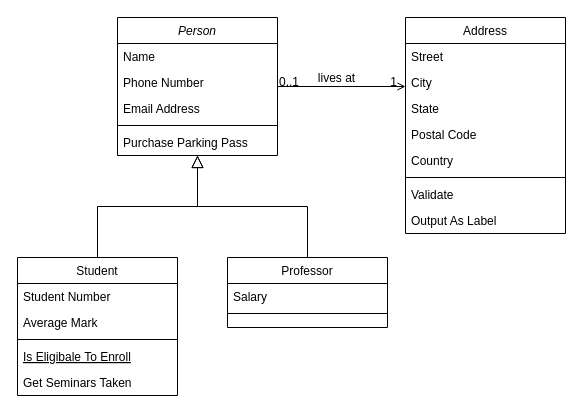
JuanPa2303/Ejemplo keeps this draw.io diagram as Untitled Diagram.drawio. Above is the earlier version. Source tidied: cells renumbered, new cells numbered last; positions are measured from the earlier drawing's top-left corner, leaving out a move shared by most shapes. Both pictures are drawn from the tidied source at 100%, with x=0, y=0 at pixel (17, 17).
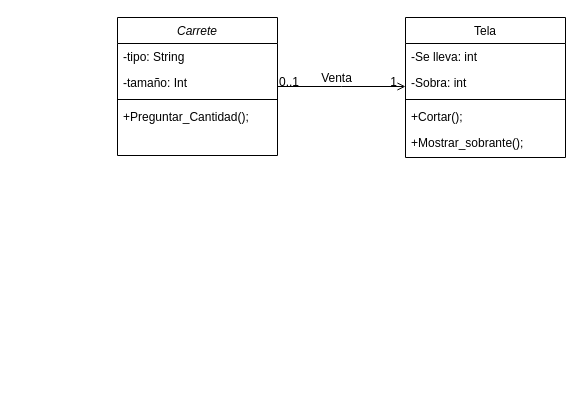
The same diagram, later.

The change refers to these unchanged cells:
```xml
<mxCell id="28" style="endArrow=open;shadow=0;strokeWidth=1;rounded=0;endFill=1;edgeStyle=elbowEdgeStyle;elbow=vertical;" parent="1" edge="1" source="2" target="19">
  <mxGeometry x="0.5" y="41" relative="1" as="geometry">
    <mxPoint x="-40" y="32" as="offset" />
  </mxGeometry>
</mxCell>
```

Change to the diagram source:
```diff
@@
-    <mxCell id="2" value="Person" style="swimlane;fontStyle=2;align=center;verticalAlign=top;horizontal=1;startSize=26;rounded=0;shadow=0;strokeWidth=1;" parent="1" vertex="1">
+    <mxCell id="2" value="Carrete" style="swimlane;fontStyle=2;align=center;verticalAlign=top;horizontal=1;startSize=26;rounded=0;shadow=0;strokeWidth=1;" parent="1" vertex="1">
       <mxGeometry x="100" width="160" height="138" as="geometry" />
     </mxCell>
-    <mxCell id="3" value="Name" style="text;align=left;verticalAlign=top;spacingLeft=4;spacingRight=4;overflow=hidden;" parent="2" vertex="1">
+    <mxCell id="3" value="-tipo: String" style="text;align=left;verticalAlign=top;spacingLeft=4;spacingRight=4;overflow=hidden;" parent="2" vertex="1">
       <mxGeometry y="26" width="160" height="26" as="geometry" />
     </mxCell>
-    <mxCell id="4" value="Phone Number" style="text;align=left;verticalAlign=top;spacingLeft=4;spacingRight=4;overflow=hidden;rounded=0;shadow=0;html=0;" parent="2" vertex="1">
+    <mxCell id="4" value="-tamaño: Int" style="text;align=left;verticalAlign=top;spacingLeft=4;spacingRight=4;overflow=hidden;rounded=0;shadow=0;html=0;" parent="2" vertex="1">
       <mxGeometry y="52" width="160" height="26" as="geometry" />
     </mxCell>
-    <mxCell id="5" value="Email Address" style="text;align=left;verticalAlign=top;spacingLeft=4;spacingRight=4;overflow=hidden;rounded=0;shadow=0;html=0;" parent="2" vertex="1">
-      <mxGeometry y="78" width="160" height="26" as="geometry" />
-    </mxCell>
     <mxCell id="6" style="line;html=1;strokeWidth=1;align=left;verticalAlign=middle;spacingTop=-1;spacingLeft=3;spacingRight=3;labelPosition=right;" parent="2" vertex="1">
-      <mxGeometry y="104" width="160" height="8" as="geometry" />
+      <mxGeometry y="78" width="160" height="8" as="geometry" />
     </mxCell>
-    <mxCell id="7" value="Purchase Parking Pass" style="text;align=left;verticalAlign=top;spacingLeft=4;spacingRight=4;overflow=hidden;" parent="2" vertex="1">
-      <mxGeometry y="112" width="160" height="26" as="geometry" />
+    <mxCell id="7" value="+Preguntar_Cantidad();" style="text;align=left;verticalAlign=top;spacingLeft=4;spacingRight=4;overflow=hidden;" parent="2" vertex="1">
+      <mxGeometry y="86" width="160" height="26" as="geometry" />
     </mxCell>
-    <mxCell id="8" value="Student" style="swimlane;fontStyle=0;align=center;verticalAlign=top;horizontal=1;startSize=26;rounded=0;shadow=0;strokeWidth=1;" parent="1" vertex="1">
-      <mxGeometry y="240" width="160" height="138" as="geometry" />
-    </mxCell>
-    <mxCell id="9" value="Student Number" style="text;align=left;verticalAlign=top;spacingLeft=4;spacingRight=4;overflow=hidden;" parent="8" vertex="1">
-      <mxGeometry y="26" width="160" height="26" as="geometry" />
-    </mxCell>
-    <mxCell id="10" value="Average Mark" style="text;align=left;verticalAlign=top;spacingLeft=4;spacingRight=4;overflow=hidden;rounded=0;shadow=0;html=0;" parent="8" vertex="1">
-      <mxGeometry y="52" width="160" height="26" as="geometry" />
-    </mxCell>
-    <mxCell id="11" style="line;html=1;strokeWidth=1;align=left;verticalAlign=middle;spacingTop=-1;spacingLeft=3;spacingRight=3;labelPosition=right;" parent="8" vertex="1">
-      <mxGeometry y="78" width="160" height="8" as="geometry" />
-    </mxCell>
-    <mxCell id="12" value="Is Eligibale To Enroll" style="text;align=left;verticalAlign=top;spacingLeft=4;spacingRight=4;overflow=hidden;fontStyle=4;" parent="8" vertex="1">
-      <mxGeometry y="86" width="160" height="26" as="geometry" />
-    </mxCell>
-    <mxCell id="13" value="Get Seminars Taken" style="text;align=left;verticalAlign=top;spacingLeft=4;spacingRight=4;overflow=hidden;" parent="8" vertex="1">
-      <mxGeometry y="112" width="160" height="26" as="geometry" />
-    </mxCell>
-    <mxCell id="14" style="endArrow=block;endSize=10;endFill=0;shadow=0;strokeWidth=1;rounded=0;edgeStyle=elbowEdgeStyle;elbow=vertical;" parent="1" edge="1" source="8" target="2">
-      <mxGeometry relative="1" as="geometry" />
-    </mxCell>
-    <mxCell id="15" value="Professor" style="swimlane;fontStyle=0;align=center;verticalAlign=top;horizontal=1;startSize=26;rounded=0;shadow=0;strokeWidth=1;" parent="1" vertex="1">
-      <mxGeometry x="210" y="240" width="160" height="70" as="geometry" />
-    </mxCell>
-    <mxCell id="16" value="Salary" style="text;align=left;verticalAlign=top;spacingLeft=4;spacingRight=4;overflow=hidden;" parent="15" vertex="1">
-      <mxGeometry y="26" width="160" height="26" as="geometry" />
-    </mxCell>
-    <mxCell id="17" style="line;html=1;strokeWidth=1;align=left;verticalAlign=middle;spacingTop=-1;spacingLeft=3;spacingRight=3;labelPosition=right;" parent="15" vertex="1">
-      <mxGeometry y="52" width="160" height="8" as="geometry" />
-    </mxCell>
-    <mxCell id="18" style="endArrow=block;endSize=10;endFill=0;shadow=0;strokeWidth=1;rounded=0;edgeStyle=elbowEdgeStyle;elbow=vertical;" parent="1" edge="1" source="15" target="2">
-      <mxGeometry relative="1" as="geometry" />
-    </mxCell>
-    <mxCell id="19" value="Address" style="swimlane;fontStyle=0;align=center;verticalAlign=top;horizontal=1;startSize=26;rounded=0;shadow=0;strokeWidth=1;" parent="1" vertex="1">
-      <mxGeometry x="388" width="160" height="216" as="geometry" />
+    <mxCell id="19" value="Tela" style="swimlane;fontStyle=0;align=center;verticalAlign=top;horizontal=1;startSize=26;rounded=0;shadow=0;strokeWidth=1;" parent="1" vertex="1">
+      <mxGeometry x="388" width="160" height="140" as="geometry" />
     </mxCell>
-    <mxCell id="20" value="Street" style="text;align=left;verticalAlign=top;spacingLeft=4;spacingRight=4;overflow=hidden;" parent="19" vertex="1">
+    <mxCell id="20" value="-Se lleva: int" style="text;align=left;verticalAlign=top;spacingLeft=4;spacingRight=4;overflow=hidden;" parent="19" vertex="1">
       <mxGeometry y="26" width="160" height="26" as="geometry" />
     </mxCell>
-    <mxCell id="21" value="City" style="text;align=left;verticalAlign=top;spacingLeft=4;spacingRight=4;overflow=hidden;rounded=0;shadow=0;html=0;" parent="19" vertex="1">
-      <mxGeometry y="52" width="160" height="26" as="geometry" />
-    </mxCell>
-    <mxCell id="22" value="State" style="text;align=left;verticalAlign=top;spacingLeft=4;spacingRight=4;overflow=hidden;rounded=0;shadow=0;html=0;" parent="19" vertex="1">
-      <mxGeometry y="78" width="160" height="26" as="geometry" />
+    <mxCell id="22" value="-Sobra: int" style="text;align=left;verticalAlign=top;spacingLeft=4;spacingRight=4;overflow=hidden;rounded=0;shadow=0;html=0;" parent="19" vertex="1">
+      <mxGeometry y="52" width="160" height="26" as="geometry" />
     </mxCell>
-    <mxCell id="23" value="Postal Code" style="text;align=left;verticalAlign=top;spacingLeft=4;spacingRight=4;overflow=hidden;rounded=0;shadow=0;html=0;" parent="19" vertex="1">
-      <mxGeometry y="104" width="160" height="26" as="geometry" />
-    </mxCell>
-    <mxCell id="24" value="Country" style="text;align=left;verticalAlign=top;spacingLeft=4;spacingRight=4;overflow=hidden;rounded=0;shadow=0;html=0;" parent="19" vertex="1">
-      <mxGeometry y="130" width="160" height="26" as="geometry" />
-    </mxCell>
     <mxCell id="25" style="line;html=1;strokeWidth=1;align=left;verticalAlign=middle;spacingTop=-1;spacingLeft=3;spacingRight=3;labelPosition=right;" parent="19" vertex="1">
-      <mxGeometry y="156" width="160" height="8" as="geometry" />
+      <mxGeometry y="78" width="160" height="8" as="geometry" />
     </mxCell>
-    <mxCell id="26" value="Validate" style="text;align=left;verticalAlign=top;spacingLeft=4;spacingRight=4;overflow=hidden;" parent="19" vertex="1">
-      <mxGeometry y="164" width="160" height="26" as="geometry" />
+    <mxCell id="26" value="+Cortar();" style="text;align=left;verticalAlign=top;spacingLeft=4;spacingRight=4;overflow=hidden;" parent="19" vertex="1">
+      <mxGeometry y="86" width="160" height="26" as="geometry" />
     </mxCell>
-    <mxCell id="27" value="Output As Label" style="text;align=left;verticalAlign=top;spacingLeft=4;spacingRight=4;overflow=hidden;" parent="19" vertex="1">
-      <mxGeometry y="190" width="160" height="26" as="geometry" />
-    </mxCell>
+    <mxCell id="32" value="+Mostrar_sobrante();" style="text;align=left;verticalAlign=top;spacingLeft=4;spacingRight=4;overflow=hidden;" parent="19" vertex="1">
+      <mxGeometry y="112" width="160" height="26" as="geometry" />
+    </mxCell>
@@
-    <mxCell id="31" value="lives at" style="text;html=1;align=center;verticalAlign=middle;labelBackgroundColor=none;rounded=0;shadow=0;strokeWidth=1;fontSize=12;" parent="28" vertex="1">
+    <mxCell id="31" value="Venta" style="text;html=1;align=center;verticalAlign=middle;labelBackgroundColor=none;rounded=0;shadow=0;strokeWidth=1;fontSize=12;" parent="28" vertex="1">
       <mxGeometry x="0.5" y="49" relative="1" as="geometry">
         <mxPoint x="-38" y="40" as="offset" />
       </mxGeometry>
     </mxCell>
```
